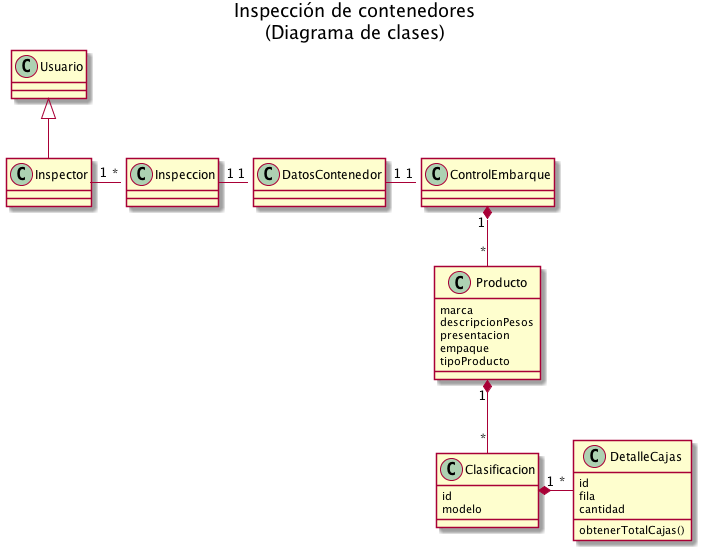
Above: uml/inspeccionContenedores/clases.png in carlosjulioperez/design (PlantUML), before the change.
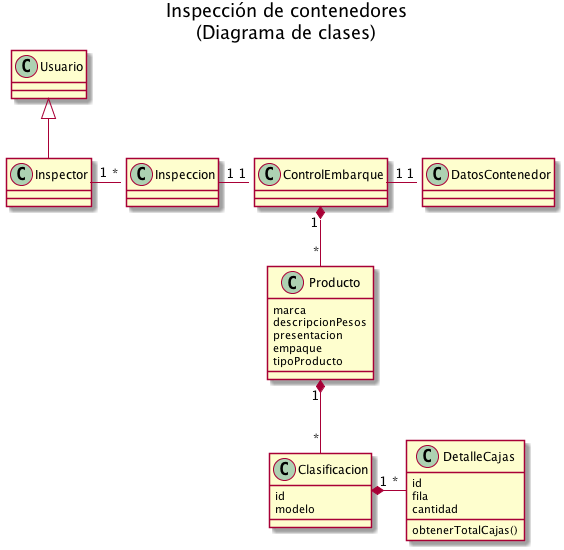
After the commit.

What changed in the source:
```diff
@@ -40,10 +40,10 @@
 	Usuario <|-- Inspector
 
 	Inspector "1" -right- "*" Inspeccion
-	Inspeccion "1" -right- "1" DatosContenedor
+	Inspeccion "1" -right- "1" ControlEmbarque
 	ControlEmbarque "1" *-down- "*" Producto
 	Producto "1" *-down- "*" Clasificacion
-	DatosContenedor "1" -right- "1" ControlEmbarque
+	ControlEmbarque "1" -right- "1" DatosContenedor
 	Clasificacion "1" *-right- "*" DetalleCajas
 
 
```
